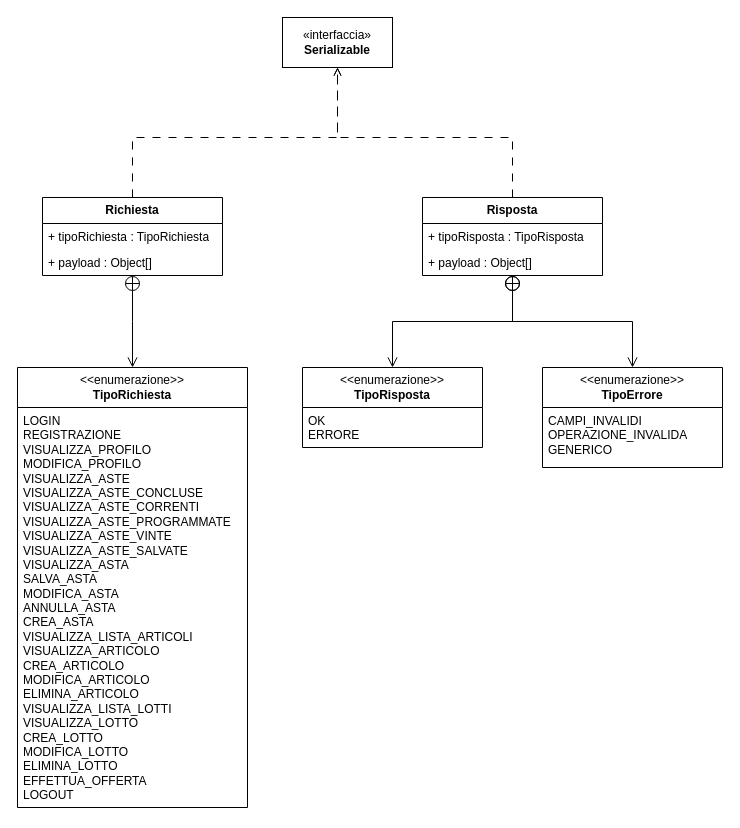
Earlier version of the draw.io diagram documenti/DC-Aste.drawio (Chaos-Rat/GAO). Source tidied: cells renumbered, new cells numbered last; positions are measured from the earlier drawing's top-left corner, leaving out a move shared by most shapes. Both pictures are drawn from the tidied source at 100%, with x=0, y=0 at pixel (17, 17).
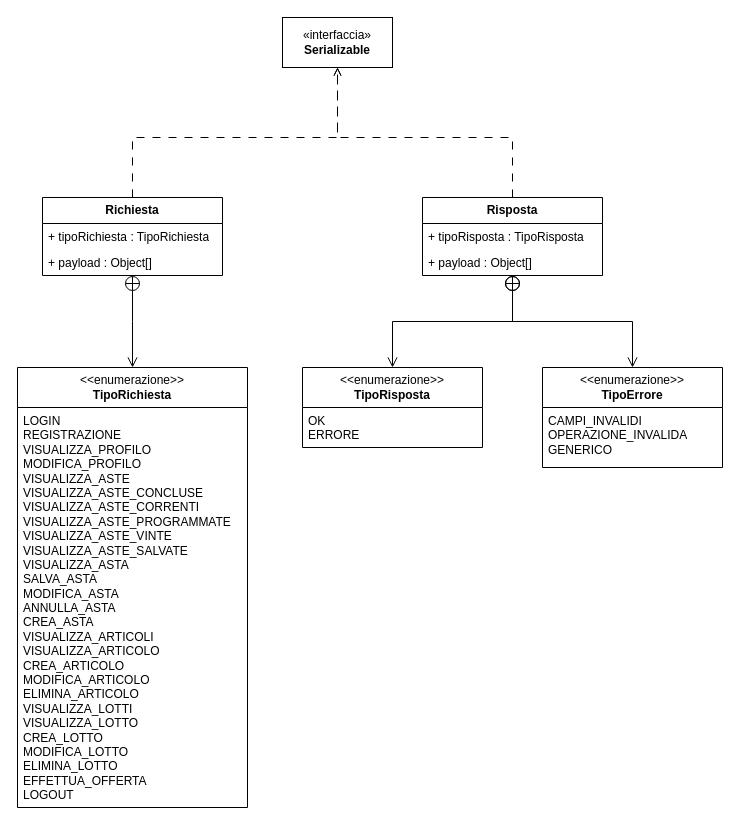
After the change.

Commit message (it also covers changes not shown here):
Corretti DAP e DC-Aste ulteriormente

The change refers to these unchanged cells:
```xml
<mxCell id="2" value="&lt;div&gt;&amp;lt;&amp;lt;enumerazione&amp;gt;&amp;gt;&lt;/div&gt;&lt;b&gt;TipoRichiesta&lt;/b&gt;" style="swimlane;fontStyle=0;horizontal=1;startSize=40;fillColor=none;whiteSpace=wrap;html=1;" parent="1" vertex="1">
  <mxGeometry y="350" width="230" height="440" as="geometry" />
</mxCell>
```

Diff of the diagram source:
```diff
@@
-    <mxCell id="3" value="LOGIN&lt;div&gt;REGISTRAZIONE&lt;/div&gt;&lt;div&gt;VISUALIZZA_PROFILO&lt;/div&gt;&lt;div&gt;MODIFICA_PROFILO&lt;/div&gt;&lt;div&gt;VISUALIZZA_ASTE&lt;/div&gt;&lt;div&gt;VISUALIZZA_ASTE_CONCLUSE&lt;/div&gt;&lt;div&gt;VISUALIZZA_ASTE_CORRENTI&lt;/div&gt;&lt;div&gt;VISUALIZZA_ASTE_PROGRAMMATE&lt;/div&gt;&lt;div&gt;VISUALIZZA_ASTE_VINTE&lt;/div&gt;&lt;div&gt;VISUALIZZA_ASTE_SALVATE&lt;/div&gt;&lt;div&gt;VISUALIZZA_ASTA&lt;/div&gt;&lt;div&gt;SALVA_ASTA&lt;/div&gt;&lt;div&gt;MODIFICA_ASTA&lt;/div&gt;&lt;div&gt;ANNULLA_ASTA&lt;/div&gt;&lt;div&gt;CREA_ASTA&lt;/div&gt;&lt;div&gt;VISUALIZZA_LISTA_ARTICOLI&lt;/div&gt;&lt;div&gt;VISUALIZZA_ARTICOLO&lt;/div&gt;&lt;div&gt;CREA_ARTICOLO&lt;/div&gt;&lt;div&gt;MODIFICA_ARTICOLO&lt;/div&gt;&lt;div&gt;ELIMINA_ARTICOLO&lt;/div&gt;&lt;div&gt;VISUALIZZA_LISTA_LOTTI&lt;/div&gt;&lt;div&gt;VISUALIZZA_LOTTO&lt;/div&gt;&lt;div&gt;CREA_LOTTO&lt;/div&gt;&lt;div&gt;MODIFICA_LOTTO&lt;/div&gt;&lt;div&gt;ELIMINA_LOTTO&lt;/div&gt;&lt;div&gt;EFFETTUA_OFFERTA&lt;/div&gt;&lt;div&gt;LOGOUT&lt;/div&gt;" style="text;strokeColor=none;fillColor=none;align=left;verticalAlign=top;spacingLeft=4;spacingRight=4;overflow=hidden;whiteSpace=wrap;html=1;" parent="2" vertex="1">
+    <mxCell id="3" value="LOGIN&lt;div&gt;REGISTRAZIONE&lt;/div&gt;&lt;div&gt;VISUALIZZA_PROFILO&lt;/div&gt;&lt;div&gt;MODIFICA_PROFILO&lt;/div&gt;&lt;div&gt;VISUALIZZA_ASTE&lt;/div&gt;&lt;div&gt;VISUALIZZA_ASTE_CONCLUSE&lt;/div&gt;&lt;div&gt;VISUALIZZA_ASTE_CORRENTI&lt;/div&gt;&lt;div&gt;VISUALIZZA_ASTE_PROGRAMMATE&lt;/div&gt;&lt;div&gt;VISUALIZZA_ASTE_VINTE&lt;/div&gt;&lt;div&gt;VISUALIZZA_ASTE_SALVATE&lt;/div&gt;&lt;div&gt;VISUALIZZA_ASTA&lt;/div&gt;&lt;div&gt;SALVA_ASTA&lt;/div&gt;&lt;div&gt;MODIFICA_ASTA&lt;/div&gt;&lt;div&gt;ANNULLA_ASTA&lt;/div&gt;&lt;div&gt;CREA_ASTA&lt;/div&gt;&lt;div&gt;VISUALIZZA_ARTICOLI&lt;/div&gt;&lt;div&gt;VISUALIZZA_ARTICOLO&lt;/div&gt;&lt;div&gt;CREA_ARTICOLO&lt;/div&gt;&lt;div&gt;MODIFICA_ARTICOLO&lt;/div&gt;&lt;div&gt;ELIMINA_ARTICOLO&lt;/div&gt;&lt;div&gt;VISUALIZZA_LOTTI&lt;/div&gt;&lt;div&gt;VISUALIZZA_LOTTO&lt;/div&gt;&lt;div&gt;CREA_LOTTO&lt;/div&gt;&lt;div&gt;MODIFICA_LOTTO&lt;/div&gt;&lt;div&gt;ELIMINA_LOTTO&lt;/div&gt;&lt;div&gt;EFFETTUA_OFFERTA&lt;/div&gt;&lt;div&gt;LOGOUT&lt;/div&gt;" style="text;strokeColor=none;fillColor=none;align=left;verticalAlign=top;spacingLeft=4;spacingRight=4;overflow=hidden;whiteSpace=wrap;html=1;" parent="2" vertex="1">
       <mxGeometry y="40" width="230" height="400" as="geometry" />
     </mxCell>
```
